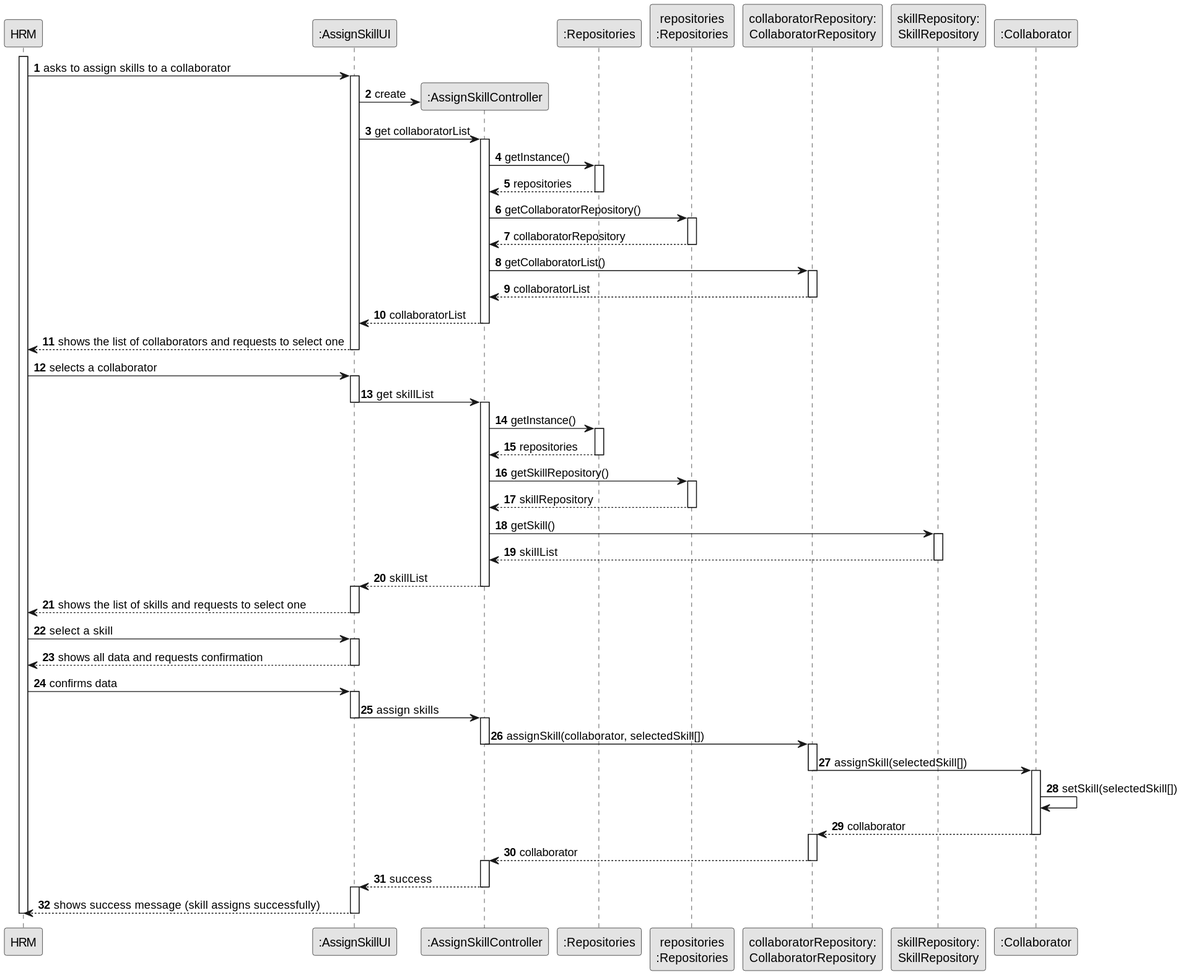
Above: docs/sprintC/us004/03.design/svg/us004-sequence-diagram-full.svg in ricardomm7/leaflink (PlantUML), before the change.
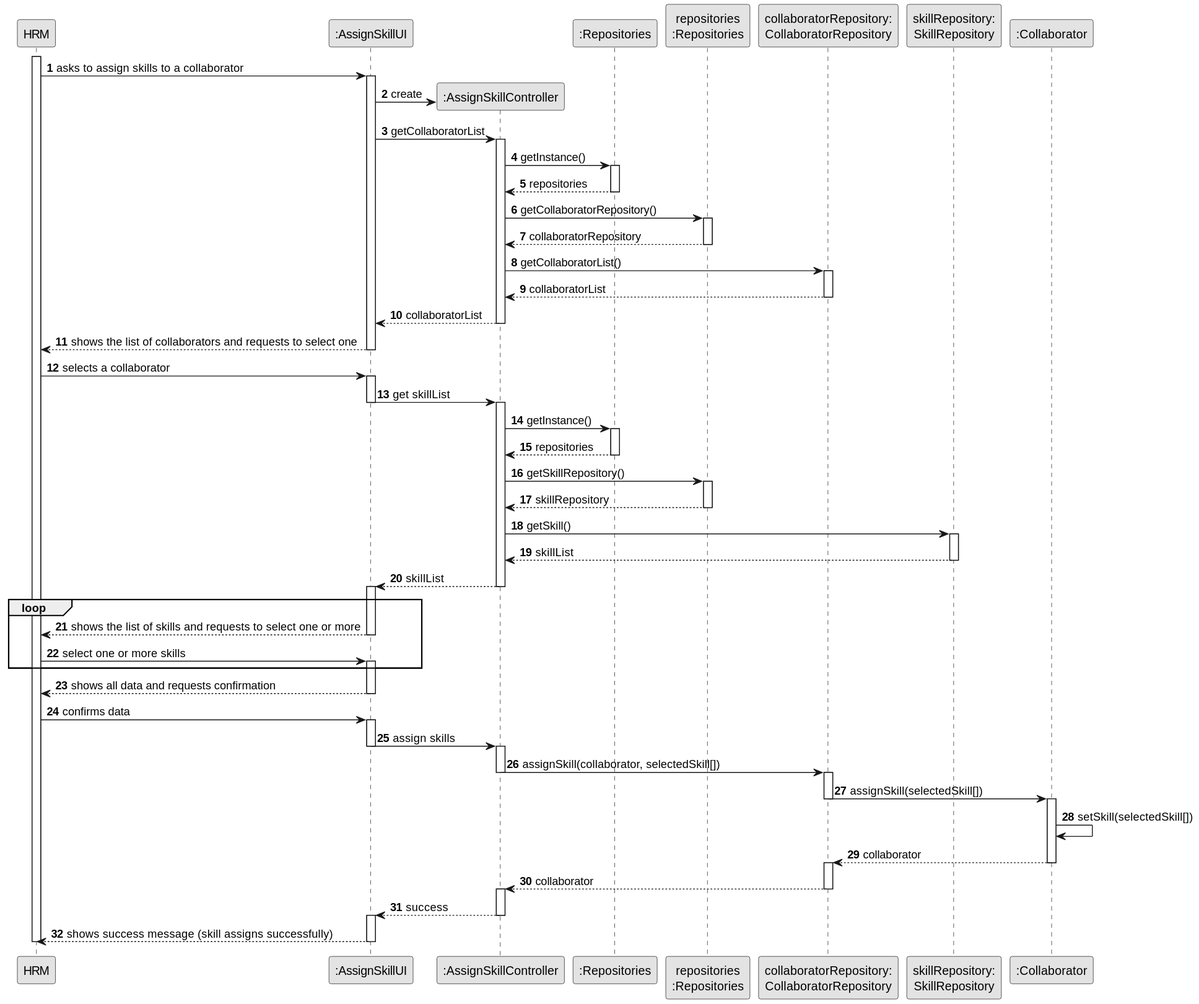
After the change.

Change to the diagram source:
```diff
@@ -20,7 +20,7 @@
 activate UI
 UI -> CTRL** : create
 
-UI -> CTRL: get collaboratorList
+UI -> CTRL: getCollaboratorList
 activate CTRL
 
 CTRL -> GlobRepo : getInstance()
@@ -70,11 +70,15 @@
 deactivate CTRL
 activate UI
 
-UI --> HRM : shows the list of skills and requests to select one
-deactivate UI
+loop
 
-HRM -> UI : select a skill
-activate UI
+    UI --> HRM : shows the list of skills and requests to select one or more
+    deactivate UI
+
+    HRM -> UI : select one or more skills
+    activate UI
+
+end loop
 
 UI --> HRM: shows all data and requests confirmation
 deactivate UI
```
